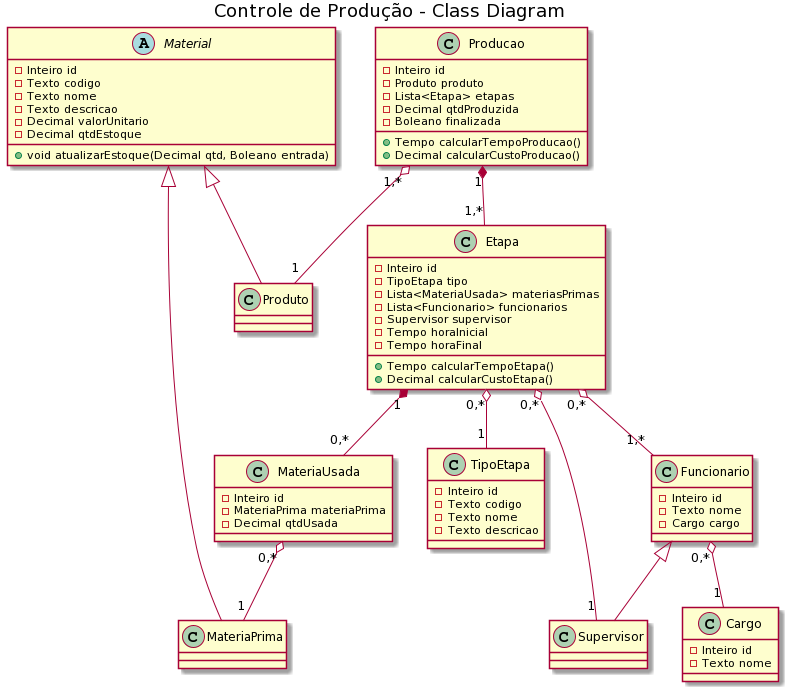
Thiago-Alexandre/ProjetoControleProducao keeps this PlantUML diagram as Diagrama de classes - Controle de Produção.png. Above is the earlier version.
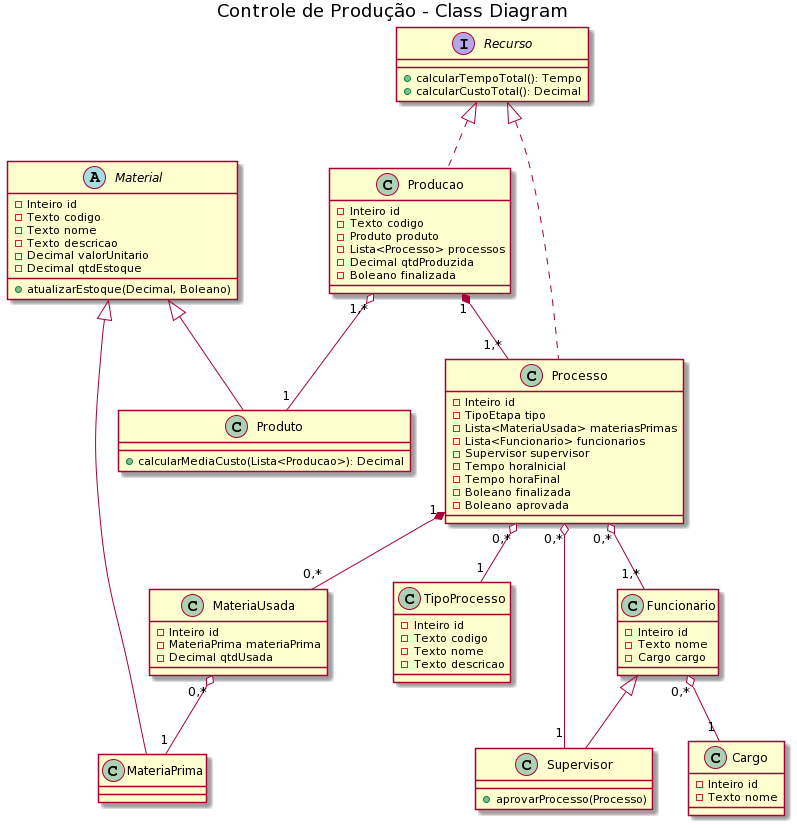
After the commit.

Commit message:
Atualização do Diagrama de classes!

Diff of the diagram source:
```diff
@@ -8,21 +8,22 @@
   -Texto descricao
   -Decimal valorUnitario
   -Decimal qtdEstoque
-  +void atualizarEstoque(Decimal qtd, Boleano entrada)
+  +atualizarEstoque(Decimal, Boleano)
 }
 
-class Produto{}
+class Produto{
+  +calcularMediaCusto(Lista<Producao>): Decimal
+}
 
 class MateriaPrima{}
 
 class Producao {
   -Inteiro id
+  -Texto codigo
   -Produto produto
-  -Lista<Etapa> etapas
+  -Lista<Processo> processos
   -Decimal qtdProduzida
   -Boleano finalizada
-  +Tempo calcularTempoProducao()
-  +Decimal calcularCustoProducao()
 }
 
 class MateriaUsada{
@@ -31,7 +32,7 @@
   -Decimal qtdUsada
 }
 
-class Etapa{
+class Processo{
   -Inteiro id
   -TipoEtapa tipo
   -Lista<MateriaUsada> materiasPrimas
@@ -39,11 +40,16 @@
   -Supervisor supervisor
   -Tempo horaInicial
   -Tempo horaFinal
-  +Tempo calcularTempoEtapa()
-  +Decimal calcularCustoEtapa()
+  -Boleano finalizada
+  -Boleano aprovada
 }
 
-class TipoEtapa{
+interface Recurso{
+  +calcularTempoTotal(): Tempo
+  +calcularCustoTotal(): Decimal
+}
+
+class TipoProcesso{
   -Inteiro id
   -Texto codigo
   -Texto nome
@@ -57,7 +63,7 @@
 }
 
 class Supervisor{
-
+  +aprovarProcesso(Processo)
 }
 
 class Cargo{
@@ -65,19 +71,22 @@
   -Texto nome
 }
 
+Recurso <|.. Processo
+Recurso <|.. Producao
+
 Material <|-- Produto
 Material <|-- MateriaPrima
 
 Producao "1,*" o-- "1" Produto
-Producao "1" *-- "1,*" Etapa
+Producao "1" *-- "1,*" Processo
 
 MateriaUsada "0,*" o-- "1" MateriaPrima
 
 Funcionario "0,*" o-- "1" Cargo
 Funcionario <|-- Supervisor
 
-Etapa "0,*" o-- "1" TipoEtapa
-Etapa "1" *-- "0,*" MateriaUsada
-Etapa "0,*" o-- "1,*" Funcionario
-Etapa "0,*" o-- "1" Supervisor
+Processo "0,*" o-- "1" TipoProcesso
+Processo "1" *-- "0,*" MateriaUsada
+Processo "0,*" o-- "1,*" Funcionario
+Processo "0,*" o-- "1" Supervisor
 @enduml
```
